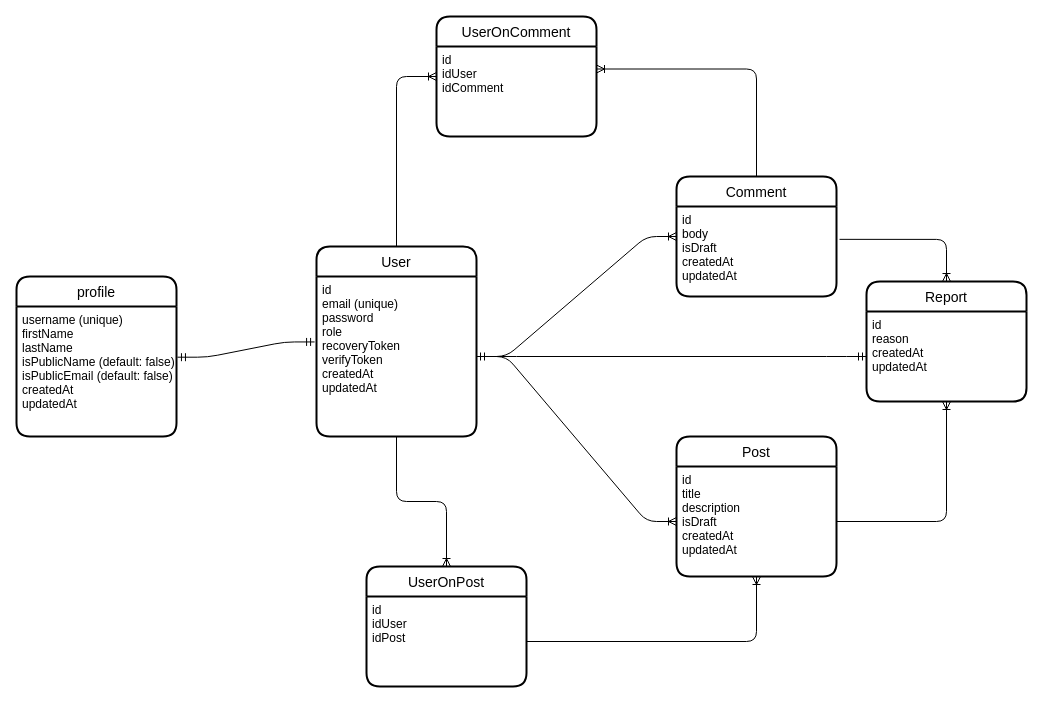
Above: diagram-db.drawio in fabio248/Fabio-Flores-REST-Nerdery-Challenge (draw.io), before the change. Source tidied: cells renumbered, new cells numbered last; positions are measured from the earlier drawing's top-left corner, leaving out a move shared by most shapes. Both pictures are drawn from the tidied source at 100%, with x=0, y=0 at pixel (16, 16).
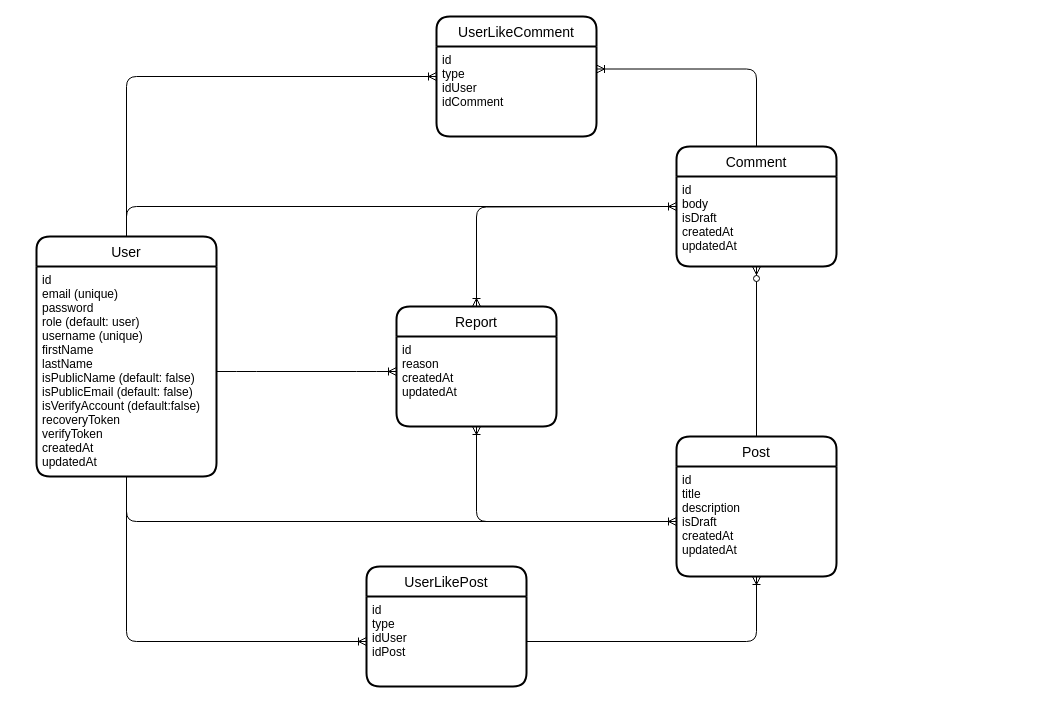
The same page after the edit.

Commit message (it also covers changes not shown here):
refactor: delete profile table, add userLikePost table

Unchanged cells that the change refers to:
```xml
<mxCell id="4" value="Post" style="swimlane;horizontal=1;startSize=30;rounded=1;fontSize=14;fontStyle=0;strokeWidth=2;shadow=0;dashed=0;align=center;" parent="1" vertex="1">
  <mxGeometry x="660" y="420" width="160" height="140" as="geometry" />
</mxCell>
<mxCell id="5" value="id&#10;title&#10;description&#10;isDraft&#10;createdAt&#10;updatedAt" style="align=left;strokeColor=none;fillColor=none;spacingLeft=4;fontSize=12;verticalAlign=top;" parent="4" vertex="1">
  <mxGeometry y="30" width="160" height="110" as="geometry" />
</mxCell>
<mxCell id="9" value="id&#10;body&#10;isDraft&#10;createdAt&#10;updatedAt" style="align=left;strokeColor=none;fillColor=none;spacingLeft=4;fontSize=12;verticalAlign=top;" parent="8" vertex="1">
  <mxGeometry y="30" width="160" height="90" as="geometry" />
</mxCell>
<mxCell id="15" value="id&#10;reason&#10;createdAt&#10;updatedAt" style="align=left;strokeColor=none;fillColor=none;spacingLeft=4;fontSize=12;verticalAlign=top;" parent="14" vertex="1">
  <mxGeometry y="30" width="160" height="90" as="geometry" />
</mxCell>
```

Change to the diagram source:
```diff
@@
     <mxCell id="2" value="User" style="swimlane;horizontal=1;startSize=30;rounded=1;fontSize=14;fontStyle=0;strokeWidth=2;shadow=0;dashed=0;align=center;" parent="1" vertex="1">
-      <mxGeometry x="300" y="230" width="160" height="190" as="geometry" />
+      <mxGeometry x="20" y="220" width="180" height="240" as="geometry" />
     </mxCell>
-    <mxCell id="3" value="id&#10;email (unique)&#10;password&#10;role&#10;recoveryToken&#10;verifyToken&#10;createdAt&#10;updatedAt" style="align=left;strokeColor=none;fillColor=none;spacingLeft=4;fontSize=12;verticalAlign=top;" parent="2" vertex="1">
-      <mxGeometry y="30" width="160" height="160" as="geometry" />
+    <mxCell id="3" value="id&#10;email (unique)&#10;password&#10;role (default: user)&#10;username (unique)&#10;firstName&#10;lastName&#10;isPublicName (default: false)&#10;isPublicEmail (default: false)&#10;isVerifyAccount (default:false)&#10;recoveryToken&#10;verifyToken&#10;createdAt&#10;updatedAt" style="align=left;strokeColor=none;fillColor=none;spacingLeft=4;fontSize=12;verticalAlign=top;" parent="2" vertex="1">
+      <mxGeometry y="30" width="180" height="210" as="geometry" />
     </mxCell>
@@
-    <mxCell id="6" value="profile" style="swimlane;horizontal=1;startSize=30;rounded=1;fontSize=14;fontStyle=0;strokeWidth=2;shadow=0;dashed=0;align=center;" parent="1" vertex="1">
-      <mxGeometry y="260" width="160" height="160" as="geometry" />
-    </mxCell>
-    <mxCell id="7" value="username (unique)&#10;firstName&#10;lastName&#10;isPublicName (default: false)&#10;isPublicEmail (default: false)&#10;createdAt&#10;updatedAt" style="align=left;strokeColor=none;fillColor=none;spacingLeft=4;fontSize=12;verticalAlign=top;" parent="6" vertex="1">
-      <mxGeometry y="30" width="160" height="130" as="geometry" />
-    </mxCell>
     <mxCell id="8" value="Comment" style="swimlane;horizontal=1;startSize=30;rounded=1;fontSize=14;fontStyle=0;strokeWidth=2;shadow=0;dashed=0;align=center;" parent="1" vertex="1">
-      <mxGeometry x="660" y="160" width="160" height="120" as="geometry" />
+      <mxGeometry x="660" y="130" width="160" height="120" as="geometry" />
     </mxCell>
@@
-    <mxCell id="10" value="UserOnPost" style="swimlane;horizontal=1;startSize=30;rounded=1;fontSize=14;fontStyle=0;strokeWidth=2;shadow=0;dashed=0;align=center;" parent="1" vertex="1">
+    <mxCell id="10" value="UserLikePost" style="swimlane;horizontal=1;startSize=30;rounded=1;fontSize=14;fontStyle=0;strokeWidth=2;shadow=0;dashed=0;align=center;" parent="1" vertex="1">
       <mxGeometry x="350" y="550" width="160" height="120" as="geometry" />
     </mxCell>
-    <mxCell id="11" value="id&#10;idUser&#10;idPost" style="align=left;strokeColor=none;fillColor=none;spacingLeft=4;fontSize=12;verticalAlign=top;" parent="10" vertex="1">
+    <mxCell id="11" value="id&#10;type&#10;idUser&#10;idPost" style="align=left;strokeColor=none;fillColor=none;spacingLeft=4;fontSize=12;verticalAlign=top;" parent="10" vertex="1">
       <mxGeometry y="30" width="160" height="90" as="geometry" />
     </mxCell>
-    <mxCell id="12" value="UserOnComment" style="swimlane;horizontal=1;startSize=30;rounded=1;fontSize=14;fontStyle=0;strokeWidth=2;shadow=0;dashed=0;align=center;" parent="1" vertex="1">
+    <mxCell id="12" value="UserLikeComment" style="swimlane;horizontal=1;startSize=30;rounded=1;fontSize=14;fontStyle=0;strokeWidth=2;shadow=0;dashed=0;align=center;" parent="1" vertex="1">
       <mxGeometry x="420" width="160" height="120" as="geometry" />
     </mxCell>
-    <mxCell id="13" value="id&#10;idUser&#10;idComment" style="align=left;strokeColor=none;fillColor=none;spacingLeft=4;fontSize=12;verticalAlign=top;" parent="12" vertex="1">
+    <mxCell id="13" value="id&#10;type&#10;idUser&#10;idComment" style="align=left;strokeColor=none;fillColor=none;spacingLeft=4;fontSize=12;verticalAlign=top;" parent="12" vertex="1">
       <mxGeometry y="30" width="160" height="90" as="geometry" />
     </mxCell>
     <mxCell id="14" value="Report" style="swimlane;horizontal=1;startSize=30;rounded=1;fontSize=14;fontStyle=0;strokeWidth=2;shadow=0;dashed=0;align=center;" parent="1" vertex="1">
-      <mxGeometry x="850" y="265" width="160" height="120" as="geometry" />
+      <mxGeometry x="380" y="290" width="160" height="120" as="geometry" />
     </mxCell>
@@
-    <mxCell id="16" style="edgeStyle=entityRelationEdgeStyle;fontSize=12;html=1;endArrow=ERoneToMany;sketch=0;exitX=1;exitY=0.5;exitDx=0;exitDy=0;entryX=0;entryY=0.5;entryDx=0;entryDy=0;" parent="1" edge="1" source="3" target="8">
-      <mxGeometry relative="1" as="geometry" />
+    <mxCell id="16" style="edgeStyle=orthogonalEdgeStyle;fontSize=12;html=1;endArrow=ERoneToMany;sketch=0;exitX=0.5;exitY=0;exitDx=0;exitDy=0;" parent="1" edge="1" source="2">
+      <mxGeometry relative="1" as="geometry">
+        <mxPoint x="660" y="190" as="targetPoint" />
+        <Array as="points">
+          <mxPoint x="110" y="190" />
+        </Array>
+      </mxGeometry>
     </mxCell>
-    <mxCell id="17" style="edgeStyle=entityRelationEdgeStyle;fontSize=12;html=1;endArrow=ERoneToMany;sketch=0;entryX=0;entryY=0.5;entryDx=0;entryDy=0;" parent="1" edge="1" target="5">
-      <mxGeometry relative="1" as="geometry">
-        <mxPoint x="460" y="340" as="sourcePoint" />
-      </mxGeometry>
+    <mxCell id="17" style="edgeStyle=orthogonalEdgeStyle;fontSize=12;html=1;endArrow=ERoneToMany;sketch=0;entryX=0;entryY=0.5;entryDx=0;entryDy=0;exitX=0.5;exitY=1;exitDx=0;exitDy=0;" parent="1" edge="1" source="3" target="5">
+      <mxGeometry relative="1" as="geometry" />
     </mxCell>
@@
-    <mxCell id="21" style="edgeStyle=orthogonalEdgeStyle;fontSize=12;html=1;endArrow=ERoneToMany;sketch=0;entryX=0.5;entryY=0;entryDx=0;entryDy=0;exitX=0.5;exitY=1;exitDx=0;exitDy=0;" parent="1" edge="1" source="3" target="10">
+    <mxCell id="21" style="edgeStyle=orthogonalEdgeStyle;fontSize=12;html=1;endArrow=ERoneToMany;sketch=0;entryX=0;entryY=0.5;entryDx=0;entryDy=0;exitX=0.5;exitY=1;exitDx=0;exitDy=0;" parent="1" edge="1" source="3" target="11">
       <mxGeometry relative="1" as="geometry" />
     </mxCell>
-    <mxCell id="22" style="edgeStyle=entityRelationEdgeStyle;fontSize=12;html=1;endArrow=ERmandOne;startArrow=ERmandOne;sketch=0;entryX=-0.012;entryY=0.409;entryDx=0;entryDy=0;entryPerimeter=0;exitX=1.006;exitY=0.39;exitDx=0;exitDy=0;exitPerimeter=0;" parent="1" edge="1" source="7" target="3">
-      <mxGeometry relative="1" as="geometry" />
-    </mxCell>
-    <mxCell id="23" style="edgeStyle=entityRelationEdgeStyle;fontSize=12;html=1;endArrow=ERmandOne;startArrow=ERmandOne;sketch=0;exitX=1;exitY=0.5;exitDx=0;exitDy=0;entryX=0;entryY=0.5;entryDx=0;entryDy=0;" parent="1" edge="1" source="3" target="15">
-      <mxGeometry relative="1" as="geometry" />
-    </mxCell>
-    <mxCell id="24" style="edgeStyle=orthogonalEdgeStyle;fontSize=12;html=1;endArrow=ERoneToMany;sketch=0;entryX=0.5;entryY=0;entryDx=0;entryDy=0;exitX=1.019;exitY=0.365;exitDx=0;exitDy=0;exitPerimeter=0;" parent="1" edge="1" source="9" target="14">
-      <mxGeometry relative="1" as="geometry" />
+    <mxCell id="24" style="edgeStyle=orthogonalEdgeStyle;fontSize=12;html=1;endArrow=ERoneToMany;sketch=0;entryX=0.5;entryY=0;entryDx=0;entryDy=0;" parent="1" edge="1" target="14">
+      <mxGeometry relative="1" as="geometry">
+        <mxPoint x="650" y="190" as="sourcePoint" />
+      </mxGeometry>
     </mxCell>
-    <mxCell id="25" style="fontSize=12;html=1;endArrow=ERoneToMany;sketch=0;exitX=1;exitY=0.5;exitDx=0;exitDy=0;entryX=0.5;entryY=1;entryDx=0;entryDy=0;edgeStyle=orthogonalEdgeStyle;" parent="1" edge="1" source="5" target="15">
-      <mxGeometry relative="1" as="geometry" />
+    <mxCell id="25" style="fontSize=12;html=1;endArrow=ERoneToMany;sketch=0;exitX=0;exitY=0.5;exitDx=0;exitDy=0;entryX=0.5;entryY=1;entryDx=0;entryDy=0;edgeStyle=orthogonalEdgeStyle;" parent="1" edge="1" source="5" target="15">
+      <mxGeometry relative="1" as="geometry">
+        <Array as="points">
+          <mxPoint x="460" y="505" />
+        </Array>
+      </mxGeometry>
     </mxCell>
+    <mxCell id="26" style="fontSize=12;html=1;endArrow=ERzeroToMany;endFill=1;exitX=0.5;exitY=0;exitDx=0;exitDy=0;entryX=0.5;entryY=1;entryDx=0;entryDy=0;" parent="1" edge="1" source="4" target="9">
+      <mxGeometry relative="1" as="geometry" />
+    </mxCell>
+    <mxCell id="27" style="edgeStyle=entityRelationEdgeStyle;fontSize=12;html=1;endArrow=ERoneToMany;exitX=1;exitY=0.5;exitDx=0;exitDy=0;" parent="1" edge="1" source="3">
+      <mxGeometry relative="1" as="geometry">
+        <mxPoint x="380" y="355" as="targetPoint" />
+      </mxGeometry>
+    </mxCell>
```
